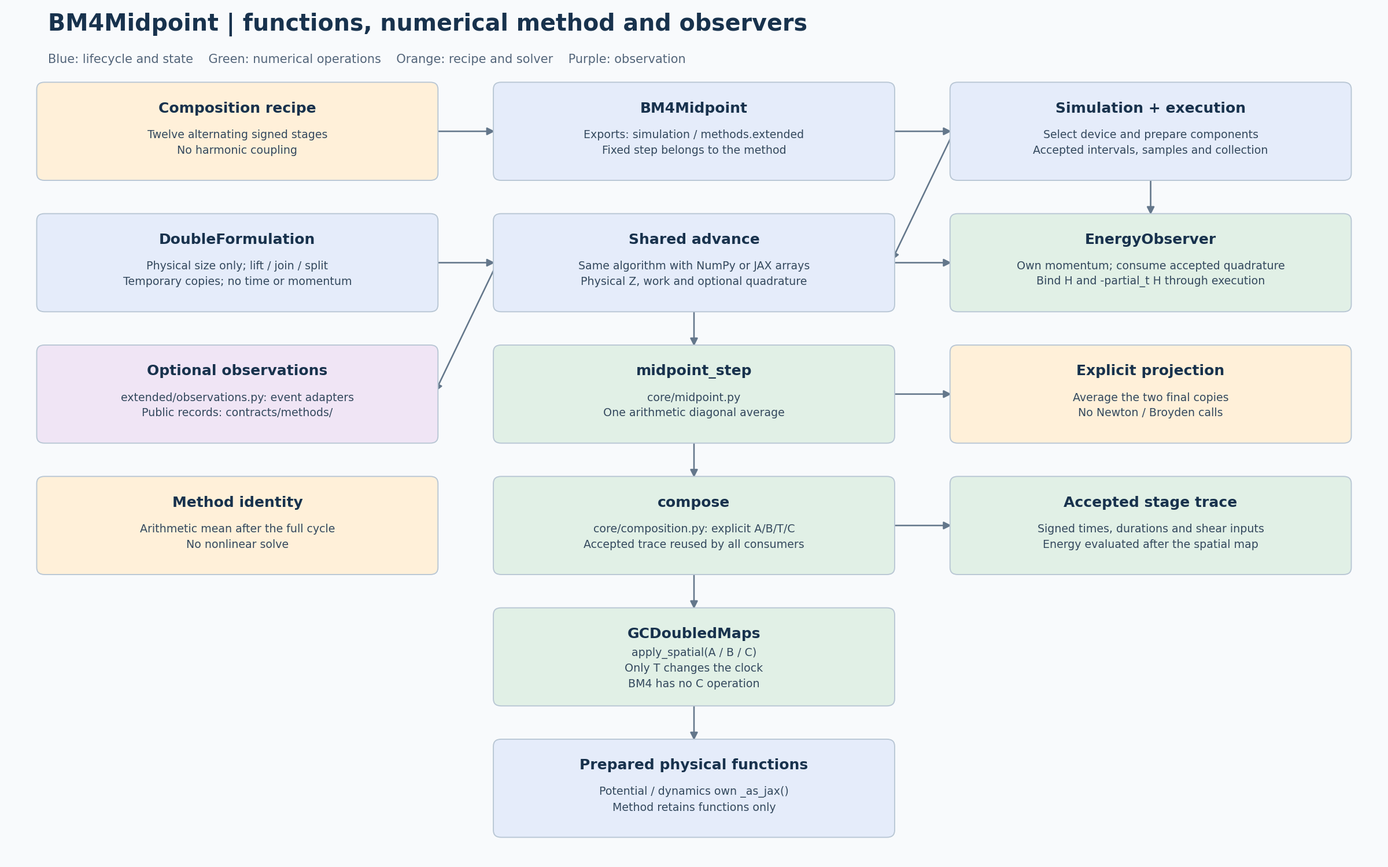
The PlantUML diagram docs/models/bm4-midpoint/simulation/bm4-midpoint-simulation-architecture.png in Jugibe-52/GC2D_intranet, before a commit. Its source is kept beside it as docs/models/bm4-midpoint/simulation/bm4-midpoint-simulation-architecture.puml.
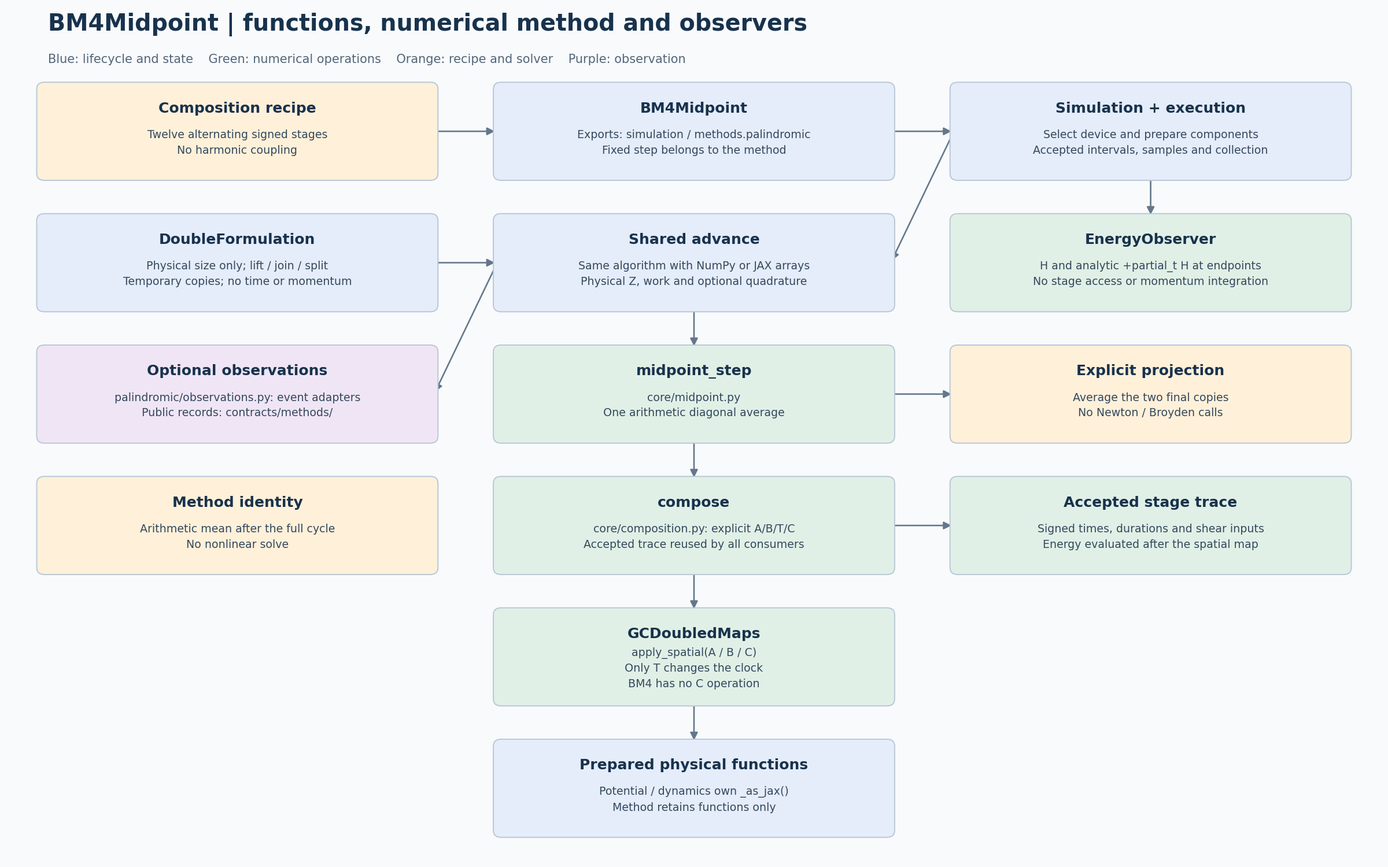
After the commit.

The edit, as a diff of the source:
```diff
@@ -3,12 +3,12 @@
   graph [rankdir=TB, bgcolor="#f8fafc"];
   node [shape=box, style="rounded,filled", fontname="DejaVu Sans"];
   recipe [label="Composition recipe\nTwelve alternating signed stages\nNo harmonic coupling", fillcolor="#fff0d9"];
-  method [label="BM4Midpoint\nExports: simulation / methods.extended\nFixed step belongs to the method", fillcolor="#e5ecfa"];
+  method [label="BM4Midpoint\nExports: simulation / methods.palindromic\nFixed step belongs to the method", fillcolor="#e5ecfa"];
   driver [label="Simulation + execution\nSelect device and prepare components\nAccepted intervals, samples and collection", fillcolor="#e5ecfa"];
   state [label="DoubleFormulation\nPhysical size only; lift / join / split\nTemporary copies; no time or momentum", fillcolor="#e5ecfa"];
   advance [label="Shared advance\nSame algorithm with NumPy or JAX arrays\nPhysical Z, work and optional quadrature", fillcolor="#e5ecfa"];
-  energy [label="EnergyObserver\nOwn momentum; consume accepted quadrature\nBind H and -partial_t H through execution", fillcolor="#e1f0e6"];
-  observe [label="Optional observations\nextended/observations.py: event adapters\nPublic records: contracts/methods/", fillcolor="#f0e5f5"];
+  energy [label="EnergyObserver\nH and analytic +partial_t H at endpoints\nNo stage access or momentum integration", fillcolor="#e1f0e6"];
+  observe [label="Optional observations\npalindromic/observations.py: event adapters\nPublic records: contracts/methods/", fillcolor="#f0e5f5"];
   projection [label="midpoint_step\ncore/midpoint.py\nOne arithmetic diagonal average", fillcolor="#e1f0e6"];
   solver [label="Explicit projection\nAverage the two final copies\nNo Newton / Broyden calls", fillcolor="#fff0d9"];
   placement [label="Method identity\nArithmetic mean after the full cycle\nNo nonlinear solve", fillcolor="#fff0d9"];
@@ -22,7 +22,6 @@
   state -> advance;
   advance -> projection;
   driver -> energy;
-  advance -> energy;
   advance -> observe;
   projection -> compose;
   projection -> solver;
```
